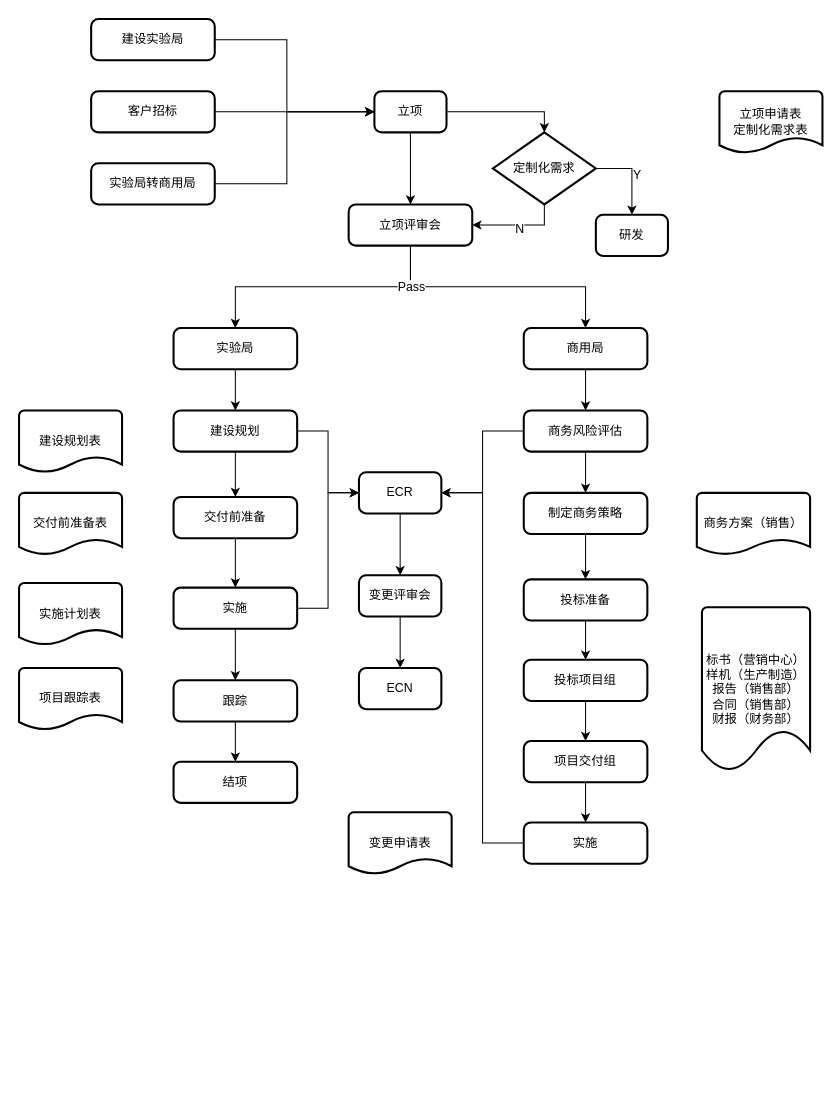
The draw.io diagram kkk.drawio in linkeyue/linkeyue, before the edit. Source tidied: cells renumbered, new cells numbered last; positions are measured from the earlier drawing's top-left corner, leaving out a move shared by most shapes. Both pictures are drawn from the tidied source at 103%, with x=0, y=0 at pixel (19, 19).
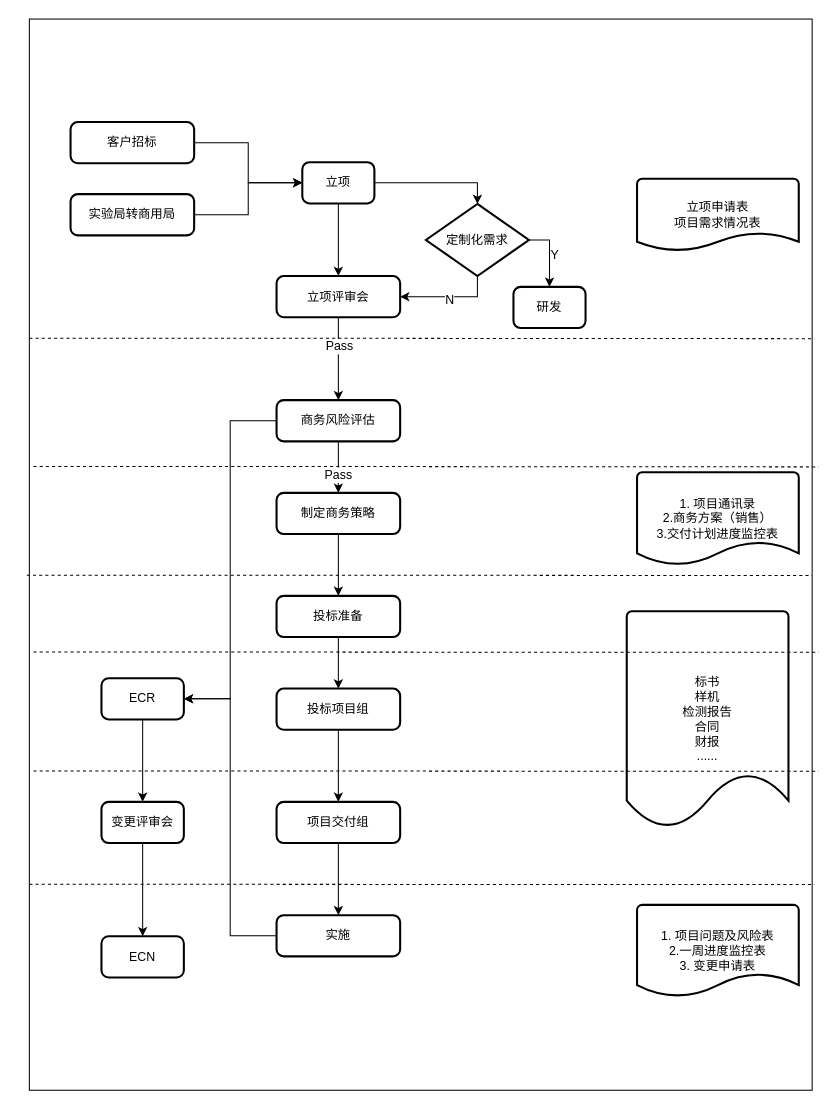
The same diagram, later.

Commit message:
商用局流程图.drawio

What changed in the source:
```diff
@@
-    <mxCell id="2" style="edgeStyle=orthogonalEdgeStyle;rounded=0;jettySize=auto;html=1;exitX=1;exitY=0.5;exitDx=0;exitDy=0;entryX=0;entryY=0.5;entryDx=0;entryDy=0;" parent="1" edge="1" source="3" target="8">
-      <mxGeometry relative="1" as="geometry">
-        <Array as="points">
-          <mxPoint x="260" y="20" />
-          <mxPoint x="260" y="90" />
-        </Array>
-      </mxGeometry>
-    </mxCell>
-    <mxCell id="3" value="建设实验局" style="rounded=1;whiteSpace=wrap;html=1;absoluteArcSize=1;arcSize=14;strokeWidth=2;" parent="1" vertex="1">
-      <mxGeometry x="70" width="120" height="40" as="geometry" />
-    </mxCell>
+    <mxCell id="62" style="rounded=0;whiteSpace=wrap;html=1;" parent="1" vertex="1">
+      <mxGeometry x="10" width="760" height="1040" as="geometry" />
+    </mxCell>
@@
     <mxCell id="5" value="客户招标" style="rounded=1;whiteSpace=wrap;html=1;absoluteArcSize=1;arcSize=14;strokeWidth=2;" parent="1" vertex="1">
-      <mxGeometry x="70" y="70" width="120" height="40" as="geometry" />
+      <mxGeometry x="50" y="100" width="120" height="40" as="geometry" />
     </mxCell>
@@
     <mxCell id="8" value="立项" style="rounded=1;whiteSpace=wrap;html=1;absoluteArcSize=1;arcSize=14;strokeWidth=2;direction=east;rotation=0;" parent="1" vertex="1">
-      <mxGeometry x="345" y="70" width="70" height="40" as="geometry" />
+      <mxGeometry x="275" y="139" width="70" height="40" as="geometry" />
     </mxCell>
     <mxCell id="9" style="edgeStyle=orthogonalEdgeStyle;rounded=0;jettySize=auto;html=1;exitX=1;exitY=0.5;exitDx=0;exitDy=0;entryX=0;entryY=0.5;entryDx=0;entryDy=0;" parent="1" edge="1" source="10" target="8">
-      <mxGeometry relative="1" as="geometry">
-        <Array as="points">
-          <mxPoint x="260" y="160" />
-          <mxPoint x="260" y="90" />
-        </Array>
-      </mxGeometry>
+      <mxGeometry relative="1" as="geometry" />
     </mxCell>
     <mxCell id="10" value="实验局转商用局" style="rounded=1;whiteSpace=wrap;html=1;absoluteArcSize=1;arcSize=14;strokeWidth=2;" parent="1" vertex="1">
-      <mxGeometry x="70" y="140" width="120" height="40" as="geometry" />
+      <mxGeometry x="50" y="170" width="120" height="40" as="geometry" />
     </mxCell>
-    <mxCell id="11" style="edgeStyle=orthogonalEdgeStyle;rounded=0;jettySize=auto;html=1;exitX=0.5;exitY=1;exitDx=0;exitDy=0;" parent="1" edge="1" source="14" target="22">
-      <mxGeometry relative="1" as="geometry" />
-    </mxCell>
-    <mxCell id="12" style="edgeStyle=orthogonalEdgeStyle;rounded=0;jettySize=auto;html=1;exitX=0.5;exitY=1;exitDx=0;exitDy=0;entryX=0.5;entryY=0;entryDx=0;entryDy=0;" parent="1" edge="1" source="14" target="24">
+    <mxCell id="12" style="edgeStyle=orthogonalEdgeStyle;rounded=0;jettySize=auto;html=1;exitX=0.5;exitY=1;exitDx=0;exitDy=0;entryX=0.5;entryY=0;entryDx=0;entryDy=0;" parent="1" edge="1" source="14" target="32">
       <mxGeometry relative="1" as="geometry" />
     </mxCell>
     <mxCell id="13" value="Pass" style="text;html=1;align=center;verticalAlign=middle;labelBackgroundColor=#ffffff;" parent="12" vertex="1">
-      <mxGeometry x="-0.68" relative="1" as="geometry" />
+      <mxGeometry x="-0.68" relative="1" as="geometry">
+        <mxPoint y="15" as="offset" />
+      </mxGeometry>
     </mxCell>
     <mxCell id="14" value="立项评审会" style="rounded=1;whiteSpace=wrap;html=1;absoluteArcSize=1;arcSize=14;strokeWidth=2;" parent="1" vertex="1">
-      <mxGeometry x="320" y="180" width="120" height="40" as="geometry" />
+      <mxGeometry x="250" y="249.5" width="120" height="40" as="geometry" />
     </mxCell>
@@
     <mxCell id="19" value="定制化需求" style="strokeWidth=2;html=1;shape=mxgraph.flowchart.decision;whiteSpace=wrap;" parent="1" vertex="1">
-      <mxGeometry x="460" y="110" width="100" height="70" as="geometry" />
+      <mxGeometry x="395" y="179.5" width="100" height="70" as="geometry" />
     </mxCell>
     <mxCell id="20" value="研发" style="rounded=1;whiteSpace=wrap;html=1;absoluteArcSize=1;arcSize=14;strokeWidth=2;direction=east;rotation=0;" parent="1" vertex="1">
-      <mxGeometry x="560" y="190" width="70" height="40" as="geometry" />
+      <mxGeometry x="480" y="260" width="70" height="40" as="geometry" />
     </mxCell>
-    <mxCell id="21" style="edgeStyle=orthogonalEdgeStyle;rounded=0;jettySize=auto;html=1;exitX=0.5;exitY=1;exitDx=0;exitDy=0;entryX=0.5;entryY=0;entryDx=0;entryDy=0;" parent="1" edge="1" source="22" target="27">
-      <mxGeometry relative="1" as="geometry" />
-    </mxCell>
-    <mxCell id="22" value="实验局" style="rounded=1;whiteSpace=wrap;html=1;absoluteArcSize=1;arcSize=14;strokeWidth=2;" parent="1" vertex="1">
-      <mxGeometry x="150" y="300" width="120" height="40" as="geometry" />
-    </mxCell>
-    <mxCell id="23" style="edgeStyle=orthogonalEdgeStyle;rounded=0;jettySize=auto;html=1;exitX=0.5;exitY=1;exitDx=0;exitDy=0;entryX=0.5;entryY=0;entryDx=0;entryDy=0;" parent="1" edge="1" source="24" target="32">
-      <mxGeometry relative="1" as="geometry" />
-    </mxCell>
-    <mxCell id="24" value="商用局" style="rounded=1;whiteSpace=wrap;html=1;absoluteArcSize=1;arcSize=14;strokeWidth=2;" parent="1" vertex="1">
-      <mxGeometry x="490" y="300" width="120" height="40" as="geometry" />
-    </mxCell>
-    <mxCell id="25" style="edgeStyle=orthogonalEdgeStyle;rounded=0;jettySize=auto;html=1;exitX=0.5;exitY=1;exitDx=0;exitDy=0;entryX=0.5;entryY=0;entryDx=0;entryDy=0;" parent="1" edge="1" source="27" target="42">
-      <mxGeometry relative="1" as="geometry" />
-    </mxCell>
-    <mxCell id="26" style="edgeStyle=orthogonalEdgeStyle;rounded=0;jettySize=auto;html=1;exitX=1;exitY=0.5;exitDx=0;exitDy=0;entryX=0;entryY=0.5;entryDx=0;entryDy=0;" parent="1" edge="1" source="27" target="50">
-      <mxGeometry relative="1" as="geometry" />
-    </mxCell>
-    <mxCell id="27" value="建设规划" style="rounded=1;whiteSpace=wrap;html=1;absoluteArcSize=1;arcSize=14;strokeWidth=2;" parent="1" vertex="1">
-      <mxGeometry x="150" y="380" width="120" height="40" as="geometry" />
-    </mxCell>
@@
     <mxCell id="29" value="制定商务策略" style="rounded=1;whiteSpace=wrap;html=1;absoluteArcSize=1;arcSize=14;strokeWidth=2;" parent="1" vertex="1">
-      <mxGeometry x="490" y="460" width="120" height="40" as="geometry" />
+      <mxGeometry x="250" y="460" width="120" height="40" as="geometry" />
     </mxCell>
+    <mxCell id="31" style="edgeStyle=orthogonalEdgeStyle;rounded=0;jettySize=auto;html=1;exitX=0;exitY=0.5;exitDx=0;exitDy=0;entryX=1;entryY=0.5;entryDx=0;entryDy=0;" parent="1" edge="1" source="32" target="50">
+      <mxGeometry relative="1" as="geometry" />
+    </mxCell>
-    <mxCell id="30" style="edgeStyle=orthogonalEdgeStyle;rounded=0;jettySize=auto;html=1;exitX=0.5;exitY=1;exitDx=0;exitDy=0;entryX=0.5;entryY=0;entryDx=0;entryDy=0;" parent="1" edge="1" source="32" target="29">
+    <mxCell id="30" style="edgeStyle=orthogonalEdgeStyle;rounded=0;jettySize=auto;html=1;exitX=0.5;exitY=1;exitDx=0;exitDy=0;" parent="1" edge="1" source="32" target="29">
       <mxGeometry relative="1" as="geometry" />
     </mxCell>
-    <mxCell id="31" style="edgeStyle=orthogonalEdgeStyle;rounded=0;jettySize=auto;html=1;exitX=0;exitY=0.5;exitDx=0;exitDy=0;entryX=1;entryY=0.5;entryDx=0;entryDy=0;" parent="1" edge="1" source="32" target="50">
-      <mxGeometry relative="1" as="geometry" />
-    </mxCell>
+    <mxCell id="63" value="Pass" style="text;html=1;align=center;verticalAlign=middle;labelBackgroundColor=#ffffff;" parent="30" vertex="1">
+      <mxGeometry x="0.27" y="-1" relative="1" as="geometry" />
+    </mxCell>
     <mxCell id="32" value="商务风险评估" style="rounded=1;whiteSpace=wrap;html=1;absoluteArcSize=1;arcSize=14;strokeWidth=2;" parent="1" vertex="1">
-      <mxGeometry x="490" y="380" width="120" height="40" as="geometry" />
+      <mxGeometry x="250" y="370" width="120" height="40" as="geometry" />
     </mxCell>
@@
     <mxCell id="34" value="项目交付组" style="rounded=1;whiteSpace=wrap;html=1;absoluteArcSize=1;arcSize=14;strokeWidth=2;" parent="1" vertex="1">
-      <mxGeometry x="490" y="701" width="120" height="40" as="geometry" />
+      <mxGeometry x="250" y="760" width="120" height="40" as="geometry" />
     </mxCell>
@@
     <mxCell id="36" value="投标项目组" style="rounded=1;whiteSpace=wrap;html=1;absoluteArcSize=1;arcSize=14;strokeWidth=2;" parent="1" vertex="1">
-      <mxGeometry x="490" y="622" width="120" height="40" as="geometry" />
+      <mxGeometry x="250" y="650" width="120" height="40" as="geometry" />
     </mxCell>
@@
     <mxCell id="38" value="投标准备" style="rounded=1;whiteSpace=wrap;html=1;absoluteArcSize=1;arcSize=14;strokeWidth=2;" parent="1" vertex="1">
-      <mxGeometry x="490" y="544" width="120" height="40" as="geometry" />
+      <mxGeometry x="250" y="560" width="120" height="40" as="geometry" />
     </mxCell>
-    <mxCell id="39" style="edgeStyle=orthogonalEdgeStyle;rounded=0;jettySize=auto;html=1;exitX=0;exitY=0.5;exitDx=0;exitDy=0;entryX=1;entryY=0.5;entryDx=0;entryDy=0;" parent="1" edge="1" source="40" target="50">
+    <mxCell id="39" style="edgeStyle=orthogonalEdgeStyle;rounded=0;jettySize=auto;html=1;entryX=1;entryY=0.5;entryDx=0;entryDy=0;" parent="1" edge="1" source="40" target="50">
       <mxGeometry relative="1" as="geometry" />
     </mxCell>
     <mxCell id="40" value="实施" style="rounded=1;whiteSpace=wrap;html=1;absoluteArcSize=1;arcSize=14;strokeWidth=2;" parent="1" vertex="1">
-      <mxGeometry x="490" y="780" width="120" height="40" as="geometry" />
+      <mxGeometry x="250" y="870" width="120" height="40" as="geometry" />
     </mxCell>
-    <mxCell id="41" style="edgeStyle=orthogonalEdgeStyle;rounded=0;jettySize=auto;html=1;exitX=0.5;exitY=1;exitDx=0;exitDy=0;entryX=0.5;entryY=0;entryDx=0;entryDy=0;" parent="1" edge="1" source="42" target="45">
-      <mxGeometry relative="1" as="geometry" />
-    </mxCell>
-    <mxCell id="42" value="交付前准备" style="rounded=1;whiteSpace=wrap;html=1;absoluteArcSize=1;arcSize=14;strokeWidth=2;" parent="1" vertex="1">
-      <mxGeometry x="150" y="464" width="120" height="40" as="geometry" />
-    </mxCell>
-    <mxCell id="43" style="edgeStyle=orthogonalEdgeStyle;rounded=0;jettySize=auto;html=1;exitX=0.5;exitY=1;exitDx=0;exitDy=0;entryX=0.5;entryY=0;entryDx=0;entryDy=0;" parent="1" edge="1" source="45" target="47">
-      <mxGeometry relative="1" as="geometry" />
-    </mxCell>
-    <mxCell id="44" style="edgeStyle=orthogonalEdgeStyle;rounded=0;jettySize=auto;html=1;exitX=1;exitY=0.5;exitDx=0;exitDy=0;entryX=0;entryY=0.5;entryDx=0;entryDy=0;" parent="1" edge="1" source="45" target="50">
-      <mxGeometry relative="1" as="geometry" />
-    </mxCell>
-    <mxCell id="45" value="实施" style="rounded=1;whiteSpace=wrap;html=1;absoluteArcSize=1;arcSize=14;strokeWidth=2;" parent="1" vertex="1">
-      <mxGeometry x="150" y="552" width="120" height="40" as="geometry" />
-    </mxCell>
-    <mxCell id="46" style="edgeStyle=orthogonalEdgeStyle;rounded=0;jettySize=auto;html=1;exitX=0.5;exitY=1;exitDx=0;exitDy=0;entryX=0.5;entryY=0;entryDx=0;entryDy=0;" parent="1" edge="1" source="47" target="48">
-      <mxGeometry relative="1" as="geometry" />
-    </mxCell>
-    <mxCell id="47" value="跟踪" style="rounded=1;whiteSpace=wrap;html=1;absoluteArcSize=1;arcSize=14;strokeWidth=2;" parent="1" vertex="1">
-      <mxGeometry x="150" y="642" width="120" height="40" as="geometry" />
-    </mxCell>
-    <mxCell id="48" value="结项" style="rounded=1;whiteSpace=wrap;html=1;absoluteArcSize=1;arcSize=14;strokeWidth=2;" parent="1" vertex="1">
-      <mxGeometry x="150" y="721" width="120" height="40" as="geometry" />
-    </mxCell>
@@
     <mxCell id="50" value="ECR" style="rounded=1;whiteSpace=wrap;html=1;absoluteArcSize=1;arcSize=14;strokeWidth=2;" parent="1" vertex="1">
-      <mxGeometry x="330" y="440" width="80" height="40" as="geometry" />
+      <mxGeometry x="80" y="640" width="80" height="40" as="geometry" />
     </mxCell>
@@
     <mxCell id="52" value="变更评审会" style="rounded=1;whiteSpace=wrap;html=1;absoluteArcSize=1;arcSize=14;strokeWidth=2;" parent="1" vertex="1">
-      <mxGeometry x="330" y="540" width="80" height="40" as="geometry" />
+      <mxGeometry x="80" y="760" width="80" height="40" as="geometry" />
     </mxCell>
     <mxCell id="53" value="ECN" style="rounded=1;whiteSpace=wrap;html=1;absoluteArcSize=1;arcSize=14;strokeWidth=2;" parent="1" vertex="1">
-      <mxGeometry x="330" y="630" width="80" height="40" as="geometry" />
+      <mxGeometry x="80" y="890.5" width="80" height="40" as="geometry" />
     </mxCell>
-    <mxCell id="54" value="建设规划表" style="strokeWidth=2;html=1;shape=mxgraph.flowchart.document2;whiteSpace=wrap;size=0.25;" parent="1" vertex="1">
-      <mxGeometry y="380" width="100" height="60" as="geometry" />
-    </mxCell>
-    <mxCell id="55" value="&lt;span style=&quot;white-space: normal&quot;&gt;标书（营销中心）&lt;/span&gt;&lt;br style=&quot;white-space: normal&quot;&gt;&lt;span style=&quot;white-space: normal&quot;&gt;样机（生产制造）&lt;/span&gt;&lt;br style=&quot;white-space: normal&quot;&gt;&lt;span style=&quot;white-space: normal&quot;&gt;报告（销售部）&lt;/span&gt;&lt;br style=&quot;white-space: normal&quot;&gt;&lt;span style=&quot;white-space: normal&quot;&gt;合同（销售部）&lt;/span&gt;&lt;br style=&quot;white-space: normal&quot;&gt;&lt;span style=&quot;white-space: normal&quot;&gt;财报（财务部）&lt;/span&gt;" style="strokeWidth=2;html=1;shape=mxgraph.flowchart.document2;whiteSpace=wrap;size=0.25;" parent="1" vertex="1">
-      <mxGeometry x="663" y="571" width="105" height="159" as="geometry" />
-    </mxCell>
-    <mxCell id="56" value="&lt;span style=&quot;white-space: normal&quot;&gt;商务方案（销售）&lt;/span&gt;" style="strokeWidth=2;html=1;shape=mxgraph.flowchart.document2;whiteSpace=wrap;size=0.25;" parent="1" vertex="1">
-      <mxGeometry x="658" y="460" width="110" height="60" as="geometry" />
-    </mxCell>
-    <mxCell id="57" value="&lt;span style=&quot;white-space: normal&quot;&gt;立项申请表&lt;/span&gt;&lt;br style=&quot;white-space: normal&quot;&gt;&lt;span style=&quot;white-space: normal&quot;&gt;定制化需求表&lt;/span&gt;" style="strokeWidth=2;html=1;shape=mxgraph.flowchart.document2;whiteSpace=wrap;size=0.25;" parent="1" vertex="1">
-      <mxGeometry x="680" y="70" width="100" height="60" as="geometry" />
+    <mxCell id="57" value="&lt;span style=&quot;white-space: normal&quot;&gt;立项申请表&lt;/span&gt;&lt;br style=&quot;white-space: normal&quot;&gt;&lt;span style=&quot;white-space: normal&quot;&gt;项目需求情况表&lt;/span&gt;" style="strokeWidth=2;html=1;shape=mxgraph.flowchart.document2;whiteSpace=wrap;size=0.25;" parent="1" vertex="1">
+      <mxGeometry x="600" y="155" width="157" height="70" as="geometry" />
     </mxCell>
-    <mxCell id="58" value="交付前准备表" style="strokeWidth=2;html=1;shape=mxgraph.flowchart.document2;whiteSpace=wrap;size=0.25;" parent="1" vertex="1">
-      <mxGeometry y="460" width="100" height="60" as="geometry" />
-    </mxCell>
-    <mxCell id="59" value="实施计划表" style="strokeWidth=2;html=1;shape=mxgraph.flowchart.document2;whiteSpace=wrap;size=0.25;" parent="1" vertex="1">
-      <mxGeometry y="547.5" width="100" height="60" as="geometry" />
-    </mxCell>
-    <mxCell id="60" value="项目跟踪表" style="strokeWidth=2;html=1;shape=mxgraph.flowchart.document2;whiteSpace=wrap;size=0.25;" parent="1" vertex="1">
-      <mxGeometry y="630" width="100" height="60" as="geometry" />
-    </mxCell>
-    <mxCell id="61" value="变更申请表" style="strokeWidth=2;html=1;shape=mxgraph.flowchart.document2;whiteSpace=wrap;size=0.25;" parent="1" vertex="1">
-      <mxGeometry x="320" y="770" width="100" height="60" as="geometry" />
-    </mxCell>
+    <mxCell id="64" value="&lt;span style=&quot;white-space: normal&quot;&gt;1. 项目问题及风险表&lt;/span&gt;&lt;br style=&quot;white-space: normal&quot;&gt;&lt;span style=&quot;white-space: normal&quot;&gt;2.一周进度监控表&lt;/span&gt;&lt;br style=&quot;white-space: normal&quot;&gt;&lt;span style=&quot;white-space: normal&quot;&gt;3. 变更申请表&lt;/span&gt;" style="strokeWidth=2;html=1;shape=mxgraph.flowchart.document2;whiteSpace=wrap;size=0.25;" parent="1" vertex="1">
+      <mxGeometry x="600" y="860" width="157" height="89" as="geometry" />
+    </mxCell>
+    <mxCell id="65" value="1. 项目通讯录&lt;br&gt;2.商务方案（销售）&lt;br&gt;3.交付计划进度监控表" style="strokeWidth=2;html=1;shape=mxgraph.flowchart.document2;whiteSpace=wrap;size=0.25;" parent="1" vertex="1">
+      <mxGeometry x="600" y="440" width="157" height="90" as="geometry" />
+    </mxCell>
+    <mxCell id="66" value="标书&lt;br&gt;样机&lt;br&gt;检测报告&lt;br&gt;合同&lt;br&gt;财报&lt;br&gt;......&lt;br&gt;" style="strokeWidth=2;html=1;shape=mxgraph.flowchart.document2;whiteSpace=wrap;size=0.25;" parent="1" vertex="1">
+      <mxGeometry x="590" y="575" width="157" height="210" as="geometry" />
+    </mxCell>
+    <mxCell id="67" style="endArrow=none;dashed=1;html=1;entryX=1.003;entryY=0.808;entryDx=0;entryDy=0;entryPerimeter=0;" parent="1" edge="1" target="62">
+      <mxGeometry relative="1" as="geometry">
+        <mxPoint x="10" y="840" as="sourcePoint" />
+      </mxGeometry>
+    </mxCell>
+    <mxCell id="68" style="endArrow=none;dashed=1;html=1;entryX=1.003;entryY=0.808;entryDx=0;entryDy=0;entryPerimeter=0;" parent="1" edge="1">
+      <mxGeometry relative="1" as="geometry">
+        <mxPoint x="14" y="730" as="sourcePoint" />
+        <mxPoint x="776.3" y="730.3" as="targetPoint" />
+      </mxGeometry>
+    </mxCell>
+    <mxCell id="69" style="endArrow=none;dashed=1;html=1;entryX=1.003;entryY=0.808;entryDx=0;entryDy=0;entryPerimeter=0;" parent="1" edge="1">
+      <mxGeometry relative="1" as="geometry">
+        <mxPoint x="14" y="614.5" as="sourcePoint" />
+        <mxPoint x="776.3" y="614.8" as="targetPoint" />
+      </mxGeometry>
+    </mxCell>
+    <mxCell id="70" style="endArrow=none;dashed=1;html=1;entryX=1.003;entryY=0.808;entryDx=0;entryDy=0;entryPerimeter=0;" parent="1" edge="1">
+      <mxGeometry relative="1" as="geometry">
+        <mxPoint x="7.5" y="540" as="sourcePoint" />
+        <mxPoint x="769.8" y="540.3" as="targetPoint" />
+        <Array as="points">
+          <mxPoint x="367.5" y="540" />
+        </Array>
+      </mxGeometry>
+    </mxCell>
+    <mxCell id="71" style="endArrow=none;dashed=1;html=1;entryX=1.003;entryY=0.808;entryDx=0;entryDy=0;entryPerimeter=0;" parent="1" edge="1">
+      <mxGeometry relative="1" as="geometry">
+        <mxPoint x="14" y="434.5" as="sourcePoint" />
+        <mxPoint x="776.3" y="434.8" as="targetPoint" />
+        <Array as="points">
+          <mxPoint x="374" y="434.5" />
+        </Array>
+      </mxGeometry>
+    </mxCell>
+    <mxCell id="72" style="endArrow=none;dashed=1;html=1;entryX=1.003;entryY=0.808;entryDx=0;entryDy=0;entryPerimeter=0;" parent="1" edge="1">
+      <mxGeometry relative="1" as="geometry">
+        <mxPoint x="10" y="310" as="sourcePoint" />
+        <mxPoint x="772.3" y="310.3" as="targetPoint" />
+        <Array as="points">
+          <mxPoint x="370" y="310" />
+        </Array>
+      </mxGeometry>
+    </mxCell>
```
